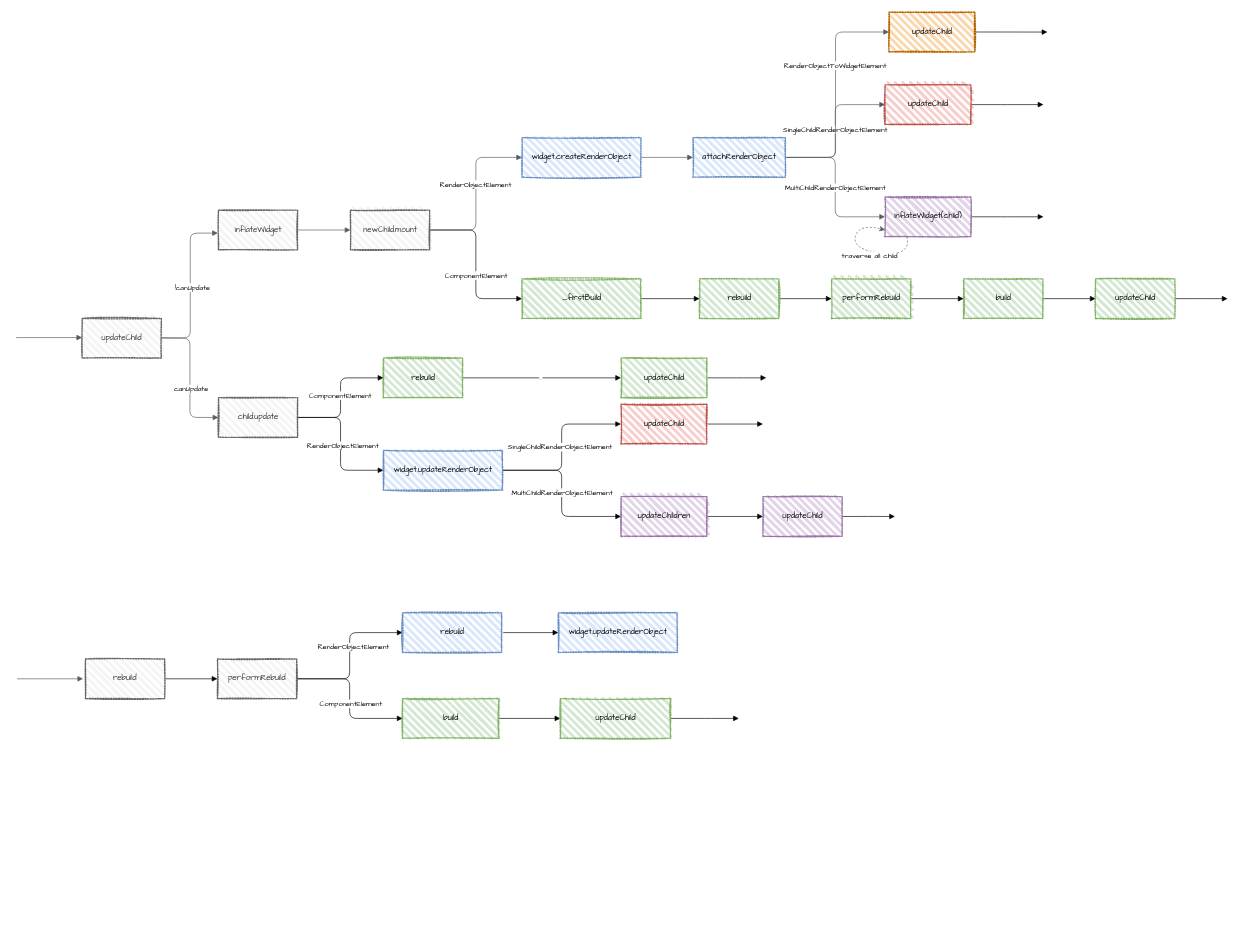
Before: Sort/Untitled Diagram.drawio in XVXVXXX/Algorithms, a draw.io diagram. Source tidied: cells renumbered, new cells numbered last; positions are measured from the earlier drawing's top-left corner, leaving out a move shared by most shapes. Both pictures are drawn from the tidied source at 66%, with x=0, y=0 at pixel (16, 12).
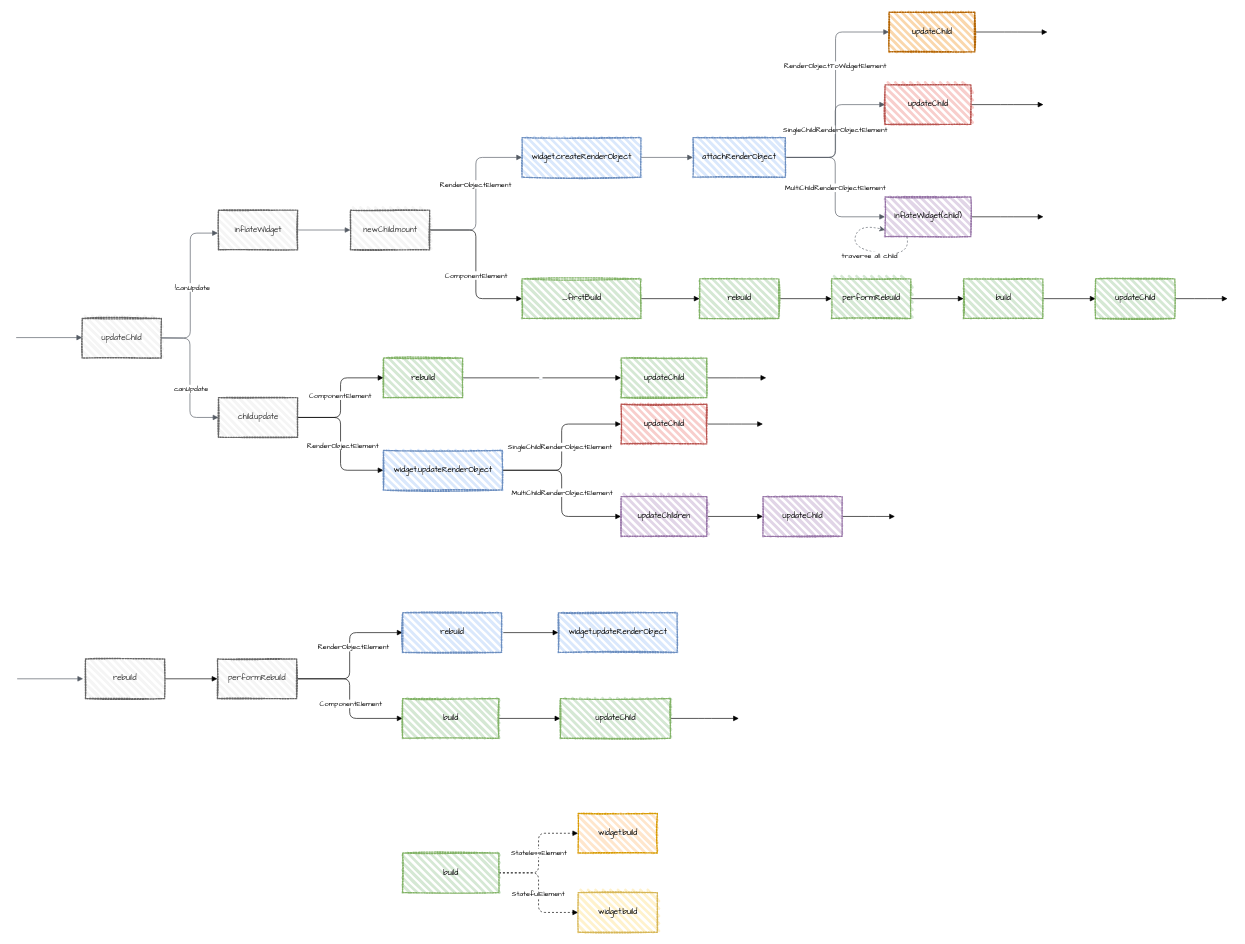
After the change.

What changed in the source:
```diff
@@
+    <mxCell id="77" value="&lt;font color=&quot;#000000&quot;&gt;StatelessElement&lt;/font&gt;" style="edgeStyle=orthogonalEdgeStyle;rounded=1;sketch=0;jettySize=auto;html=1;shadow=0;endArrow=block;endFill=1;strokeColor=#000000;fontFamily=Comic Sans MS;fontColor=#6C8EBF;dashed=1;" parent="1" edge="1" source="80" target="81">
+      <mxGeometry relative="1" as="geometry" />
+    </mxCell>
+    <mxCell id="78" style="edgeStyle=orthogonalEdgeStyle;rounded=1;sketch=0;jettySize=auto;html=1;entryX=0;entryY=0.5;entryDx=0;entryDy=0;shadow=0;endArrow=block;endFill=1;strokeColor=#000000;fontFamily=Comic Sans MS;fontColor=#6C8EBF;dashed=1;" parent="1" edge="1" source="80" target="82">
+      <mxGeometry relative="1" as="geometry" />
+    </mxCell>
+    <mxCell id="79" value="StatefulElement" style="edgeLabel;html=1;align=center;verticalAlign=middle;fontFamily=Comic Sans MS;" parent="78" vertex="1">
+      <mxGeometry x="0.01" y="-1" relative="1" as="geometry" />
+    </mxCell>
+    <mxCell id="80" value="build" style="whiteSpace=wrap;html=1;dashed=1;dashPattern=1 1;fontFamily=Comic Sans MS;strokeColor=#82b366;strokeWidth=2;fillColor=#d5e8d4;sketch=1;fillWeight=4;hachureGap=8;hachureAngle=45;" parent="1" vertex="1">
+      <mxGeometry x="585.5" y="1274" width="146" height="60" as="geometry" />
+    </mxCell>
+    <mxCell id="81" value="widget.build" style="whiteSpace=wrap;html=1;dashed=1;dashPattern=1 1;fontFamily=Comic Sans MS;strokeColor=#d79b00;strokeWidth=2;fillColor=#ffe6cc;sketch=1;fillWeight=4;hachureGap=8;hachureAngle=45;" parent="1" vertex="1">
+      <mxGeometry x="851.5" y="1214" width="120" height="60" as="geometry" />
+    </mxCell>
+    <mxCell id="82" value="widget.build" style="whiteSpace=wrap;html=1;dashed=1;dashPattern=1 1;fontFamily=Comic Sans MS;strokeColor=#d6b656;strokeWidth=2;fillColor=#fff2cc;sketch=1;fillWeight=4;hachureGap=8;hachureAngle=45;" parent="1" vertex="1">
+      <mxGeometry x="851.5" y="1334" width="120" height="60" as="geometry" />
+    </mxCell>
```
